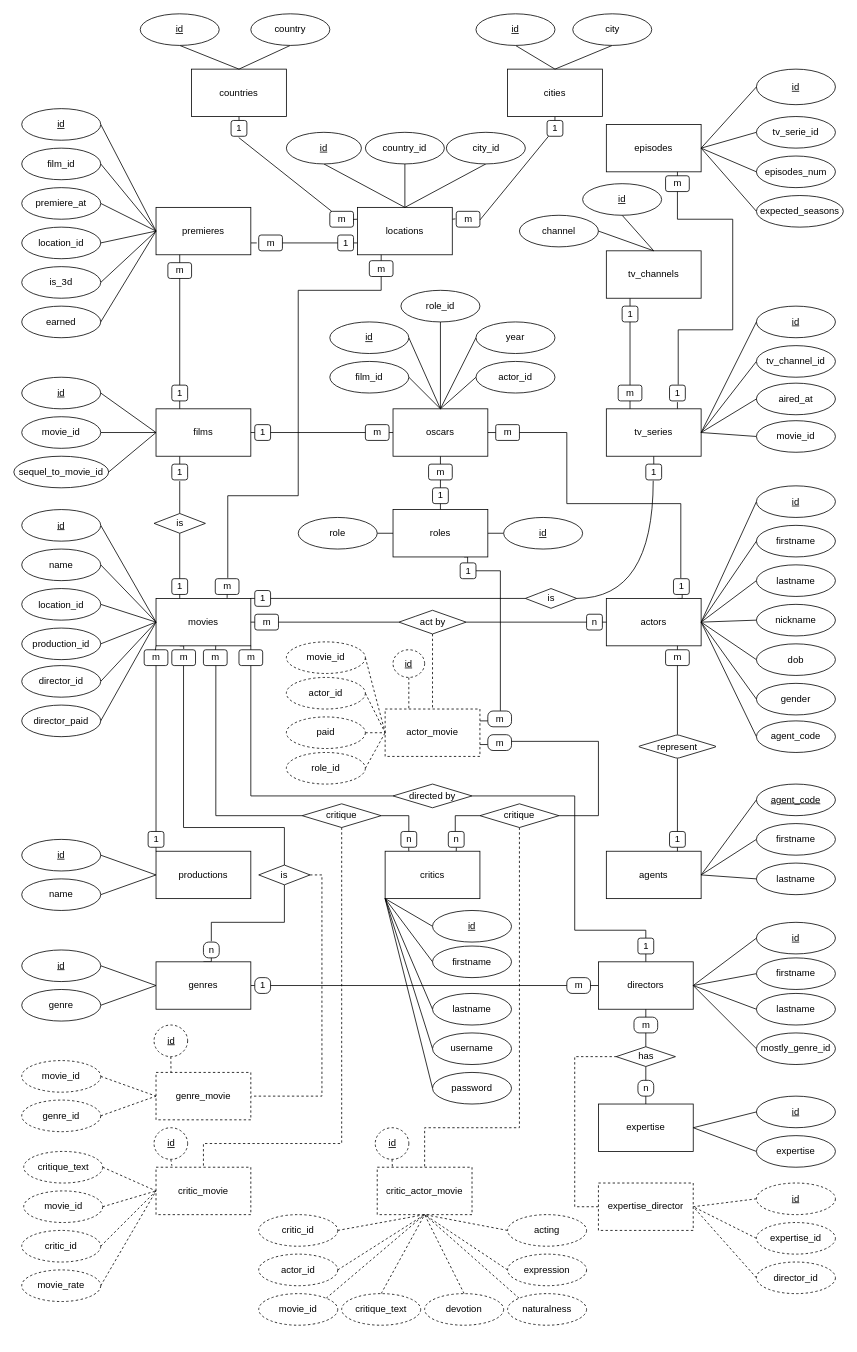
Before: er_diagram/movie_db.drawio in Kartinov/brainster-challenges, a draw.io diagram. Source tidied: cells renumbered, new cells numbered last; positions are measured from the earlier drawing's top-left corner, leaving out a move shared by most shapes. Both pictures are drawn from the tidied source at 79%, with x=0, y=0 at pixel (13, 13).
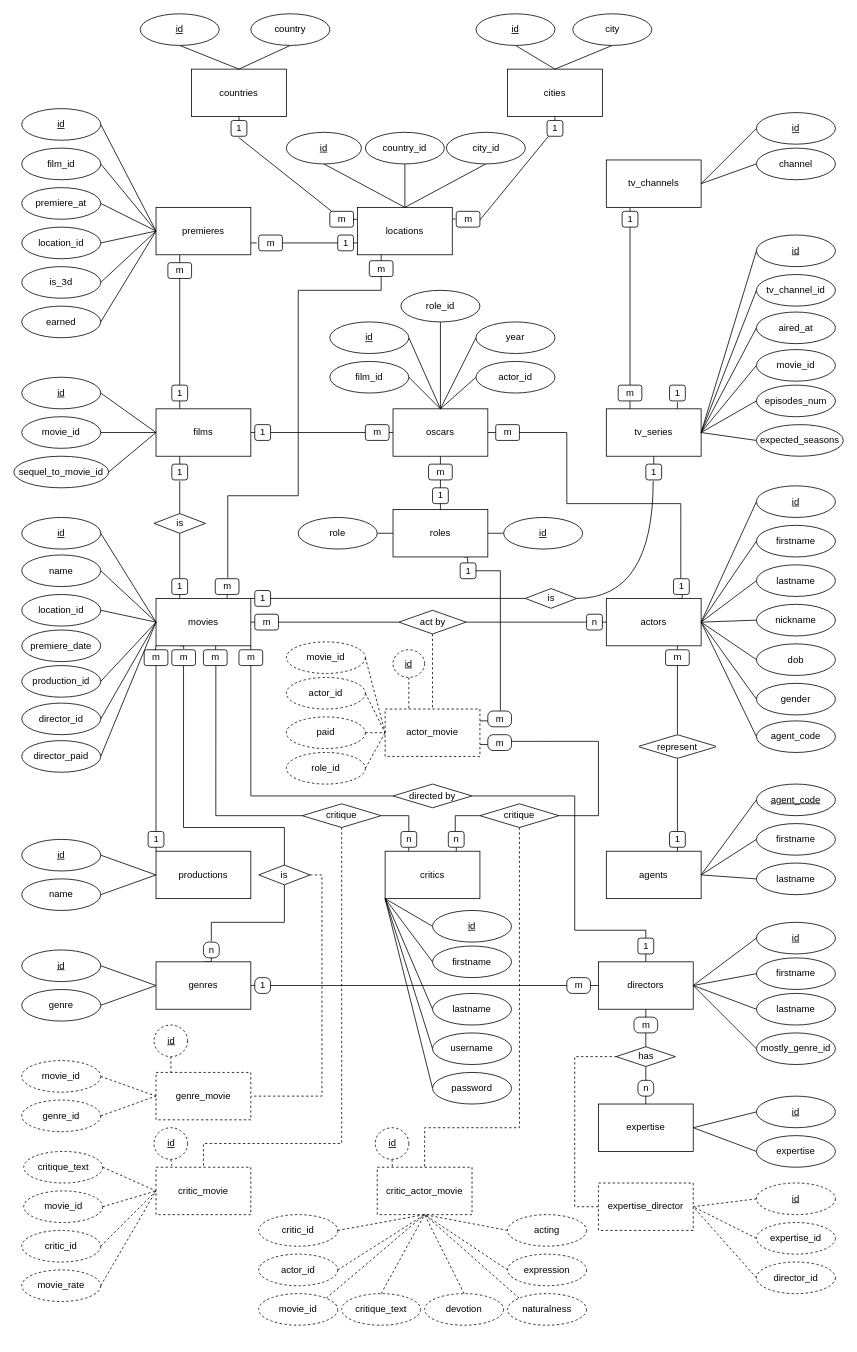
The same diagram, later.

Commit message:
added premiere_date attribute to movies entity

The change refers to these unchanged cells:
```xml
<mxCell id="86" value="tv_series" style="rounded=0;whiteSpace=wrap;html=1;" parent="1" vertex="1">
  <mxGeometry x="750" y="500" width="120" height="60" as="geometry" />
</mxCell>
<mxCell id="162" value="1" style="text;html=1;align=center;verticalAlign=middle;points=[];strokeColor=default;rounded=1;" parent="1" vertex="1">
  <mxGeometry x="830" y="470" width="20" height="20" as="geometry" />
</mxCell>
```

What changed in the source:
```diff
@@
     <mxCell id="7" value="id" style="ellipse;whiteSpace=wrap;html=1;align=center;fontStyle=4;" parent="1" vertex="1">
-      <mxGeometry x="10" y="627.5" width="100" height="40" as="geometry" />
+      <mxGeometry x="10" y="637.5" width="100" height="40" as="geometry" />
     </mxCell>
@@
     <mxCell id="9" value="name" style="ellipse;whiteSpace=wrap;html=1;align=center;" parent="1" vertex="1">
-      <mxGeometry x="10" y="677.5" width="100" height="40" as="geometry" />
+      <mxGeometry x="10" y="685" width="100" height="40" as="geometry" />
     </mxCell>
@@
     <mxCell id="11" value="location_id" style="ellipse;whiteSpace=wrap;html=1;align=center;" parent="1" vertex="1">
-      <mxGeometry x="10" y="727.5" width="100" height="40" as="geometry" />
+      <mxGeometry x="10" y="735" width="100" height="40" as="geometry" />
     </mxCell>
@@
     <mxCell id="13" value="production_id" style="ellipse;whiteSpace=wrap;html=1;align=center;" parent="1" vertex="1">
-      <mxGeometry x="10" y="777.5" width="100" height="40" as="geometry" />
+      <mxGeometry x="10" y="825" width="100" height="40" as="geometry" />
     </mxCell>
@@
     <mxCell id="96" value="id" style="ellipse;whiteSpace=wrap;html=1;align=center;fontStyle=4;" parent="1" vertex="1">
-      <mxGeometry x="940" y="370" width="100" height="40" as="geometry" />
+      <mxGeometry x="940" y="280" width="100" height="40" as="geometry" />
     </mxCell>
@@
     <mxCell id="98" value="tv_channel_id" style="ellipse;whiteSpace=wrap;html=1;align=center;" parent="1" vertex="1">
-      <mxGeometry x="940" y="420" width="100" height="40" as="geometry" />
+      <mxGeometry x="940" y="330" width="100" height="40" as="geometry" />
     </mxCell>
@@
     <mxCell id="102" value="tv_channels" style="rounded=0;whiteSpace=wrap;html=1;" parent="1" vertex="1">
-      <mxGeometry x="750" y="300" width="120" height="60" as="geometry" />
+      <mxGeometry x="750" y="185" width="120" height="60" as="geometry" />
     </mxCell>
@@
-    <mxCell id="116" style="edgeStyle=none;rounded=0;jettySize=auto;html=1;exitX=0.5;exitY=1;exitDx=0;exitDy=0;entryX=0.5;entryY=0;entryDx=0;entryDy=0;endArrow=none;endFill=0;elbow=vertical;" parent="1" edge="1" source="117" target="102">
+    <mxCell id="116" style="edgeStyle=none;rounded=0;jettySize=auto;html=1;exitX=0;exitY=0.5;exitDx=0;exitDy=0;entryX=1;entryY=0.5;entryDx=0;entryDy=0;endArrow=none;endFill=0;elbow=vertical;" parent="1" edge="1" source="117" target="102">
       <mxGeometry relative="1" as="geometry" />
     </mxCell>
     <mxCell id="117" value="id" style="ellipse;whiteSpace=wrap;html=1;align=center;fontStyle=4;" parent="1" vertex="1">
-      <mxGeometry x="720" y="215" width="100" height="40" as="geometry" />
+      <mxGeometry x="940" y="125" width="100" height="40" as="geometry" />
     </mxCell>
     <mxCell id="118" value="1" style="text;html=1;align=center;verticalAlign=middle;points=[];strokeColor=default;rounded=1;" parent="1" vertex="1">
-      <mxGeometry x="770" y="370" width="20" height="20" as="geometry" />
+      <mxGeometry x="770" y="250" width="20" height="20" as="geometry" />
     </mxCell>
@@
-    <mxCell id="122" style="edgeStyle=none;rounded=0;jettySize=auto;html=1;exitX=1;exitY=0.5;exitDx=0;exitDy=0;entryX=0.5;entryY=0;entryDx=0;entryDy=0;endArrow=none;endFill=0;elbow=vertical;" parent="1" edge="1" source="123" target="102">
+    <mxCell id="122" style="edgeStyle=none;rounded=0;jettySize=auto;html=1;exitX=0;exitY=0.5;exitDx=0;exitDy=0;entryX=1;entryY=0.5;entryDx=0;entryDy=0;endArrow=none;endFill=0;elbow=vertical;" parent="1" edge="1" source="123" target="102">
       <mxGeometry relative="1" as="geometry" />
     </mxCell>
     <mxCell id="123" value="channel" style="ellipse;whiteSpace=wrap;html=1;align=center;" parent="1" vertex="1">
-      <mxGeometry x="640" y="255" width="100" height="40" as="geometry" />
+      <mxGeometry x="940" y="170" width="100" height="40" as="geometry" />
     </mxCell>
     <mxCell id="124" value="aired_at" style="ellipse;whiteSpace=wrap;html=1;align=center;" parent="1" vertex="1">
-      <mxGeometry x="940" y="467.5" width="100" height="40" as="geometry" />
+      <mxGeometry x="940" y="377.5" width="100" height="40" as="geometry" />
     </mxCell>
@@
     <mxCell id="126" value="movie_id" style="ellipse;whiteSpace=wrap;html=1;align=center;" parent="1" vertex="1">
-      <mxGeometry x="940" y="515" width="100" height="40" as="geometry" />
+      <mxGeometry x="940" y="425" width="100" height="40" as="geometry" />
     </mxCell>
@@
-    <mxCell id="156" value="episodes" style="rounded=0;whiteSpace=wrap;html=1;" parent="1" vertex="1">
-      <mxGeometry x="750" y="140" width="120" height="60" as="geometry" />
-    </mxCell>
-    <mxCell id="157" style="rounded=0;jettySize=auto;html=1;exitX=0;exitY=0.5;exitDx=0;exitDy=0;entryX=1;entryY=0.5;entryDx=0;entryDy=0;endArrow=none;endFill=0;elbow=vertical;" parent="1" edge="1" source="158" target="156">
-      <mxGeometry relative="1" as="geometry" />
-    </mxCell>
-    <mxCell id="158" value="id" style="ellipse;whiteSpace=wrap;html=1;align=center;fontStyle=4;" parent="1" vertex="1">
-      <mxGeometry x="940" y="70" width="100" height="45" as="geometry" />
-    </mxCell>
-    <mxCell id="159" style="edgeStyle=none;rounded=0;jettySize=auto;html=1;endArrow=none;endFill=0;elbow=vertical;entryX=0.75;entryY=1;entryDx=0;entryDy=0;" parent="1" edge="1" source="161" target="156">
-      <mxGeometry relative="1" as="geometry" />
-    </mxCell>
-    <mxCell id="160" style="edgeStyle=orthogonalEdgeStyle;rounded=0;jettySize=auto;html=1;endArrow=none;endFill=0;elbow=vertical;entryX=0.55;entryY=-0.03;entryDx=0;entryDy=0;entryPerimeter=0;" parent="1" edge="1" source="161" target="162">
-      <mxGeometry relative="1" as="geometry">
-        <Array as="points">
-          <mxPoint x="840" y="260" />
-          <mxPoint x="910" y="260" />
-          <mxPoint x="910" y="400" />
-          <mxPoint x="841" y="400" />
-        </Array>
-      </mxGeometry>
-    </mxCell>
-    <mxCell id="161" value="m" style="text;html=1;align=center;verticalAlign=middle;points=[];strokeColor=default;rounded=1;" parent="1" vertex="1">
-      <mxGeometry x="825" y="205" width="30" height="20" as="geometry" />
-    </mxCell>
@@
-    <mxCell id="163" style="edgeStyle=none;rounded=0;jettySize=auto;html=1;exitX=0;exitY=0.5;exitDx=0;exitDy=0;entryX=1;entryY=0.5;entryDx=0;entryDy=0;endArrow=none;endFill=0;elbow=vertical;" parent="1" edge="1" source="164" target="156">
-      <mxGeometry relative="1" as="geometry" />
-    </mxCell>
-    <mxCell id="164" value="tv_serie_id" style="ellipse;whiteSpace=wrap;html=1;align=center;" parent="1" vertex="1">
-      <mxGeometry x="940" y="130" width="100" height="40" as="geometry" />
-    </mxCell>
-    <mxCell id="165" style="edgeStyle=none;rounded=0;jettySize=auto;html=1;exitX=0;exitY=0.5;exitDx=0;exitDy=0;entryX=1;entryY=0.5;entryDx=0;entryDy=0;endArrow=none;endFill=0;elbow=vertical;" parent="1" edge="1" source="166" target="156">
-      <mxGeometry relative="1" as="geometry" />
-    </mxCell>
-    <mxCell id="166" value="episodes_num" style="ellipse;whiteSpace=wrap;html=1;align=center;" parent="1" vertex="1">
-      <mxGeometry x="940" y="180" width="100" height="40" as="geometry" />
-    </mxCell>
-    <mxCell id="167" style="edgeStyle=none;rounded=0;jettySize=auto;html=1;exitX=0;exitY=0.5;exitDx=0;exitDy=0;entryX=1;entryY=0.5;entryDx=0;entryDy=0;endArrow=none;endFill=0;elbow=vertical;" parent="1" edge="1" source="168" target="156">
-      <mxGeometry relative="1" as="geometry" />
-    </mxCell>
-    <mxCell id="168" value="expected_seasons" style="ellipse;whiteSpace=wrap;html=1;align=center;" parent="1" vertex="1">
-      <mxGeometry x="940" y="230" width="110" height="40" as="geometry" />
-    </mxCell>
@@
     <mxCell id="232" value="director_id" style="ellipse;whiteSpace=wrap;html=1;align=center;" parent="1" vertex="1">
-      <mxGeometry x="10" y="825" width="100" height="40" as="geometry" />
+      <mxGeometry x="10" y="872.5" width="100" height="40" as="geometry" />
     </mxCell>
@@
     <mxCell id="234" value="director_paid" style="ellipse;whiteSpace=wrap;html=1;align=center;" parent="1" vertex="1">
-      <mxGeometry x="10" y="875" width="100" height="40" as="geometry" />
+      <mxGeometry x="10" y="920" width="100" height="40" as="geometry" />
     </mxCell>
@@
+    <mxCell id="337" style="rounded=0;jettySize=auto;html=1;exitX=0;exitY=0.5;exitDx=0;exitDy=0;entryX=1;entryY=0.5;entryDx=0;entryDy=0;endArrow=none;endFill=0;" parent="1" edge="1" source="166" target="86">
+      <mxGeometry relative="1" as="geometry" />
+    </mxCell>
+    <mxCell id="166" value="episodes_num" style="ellipse;whiteSpace=wrap;html=1;align=center;" parent="1" vertex="1">
+      <mxGeometry x="940" y="470" width="100" height="40" as="geometry" />
+    </mxCell>
+    <mxCell id="338" style="edgeStyle=none;rounded=0;jettySize=auto;html=1;exitX=0;exitY=0.5;exitDx=0;exitDy=0;entryX=1;entryY=0.5;entryDx=0;entryDy=0;endArrow=none;endFill=0;" parent="1" edge="1" source="168" target="86">
+      <mxGeometry relative="1" as="geometry" />
+    </mxCell>
+    <mxCell id="168" value="expected_seasons" style="ellipse;whiteSpace=wrap;html=1;align=center;" parent="1" vertex="1">
+      <mxGeometry x="940" y="520" width="110" height="40" as="geometry" />
+    </mxCell>
+    <mxCell id="339" value="premiere_date" style="ellipse;whiteSpace=wrap;html=1;align=center;" parent="1" vertex="1">
+      <mxGeometry x="10" y="780" width="100" height="40" as="geometry" />
+    </mxCell>
```
